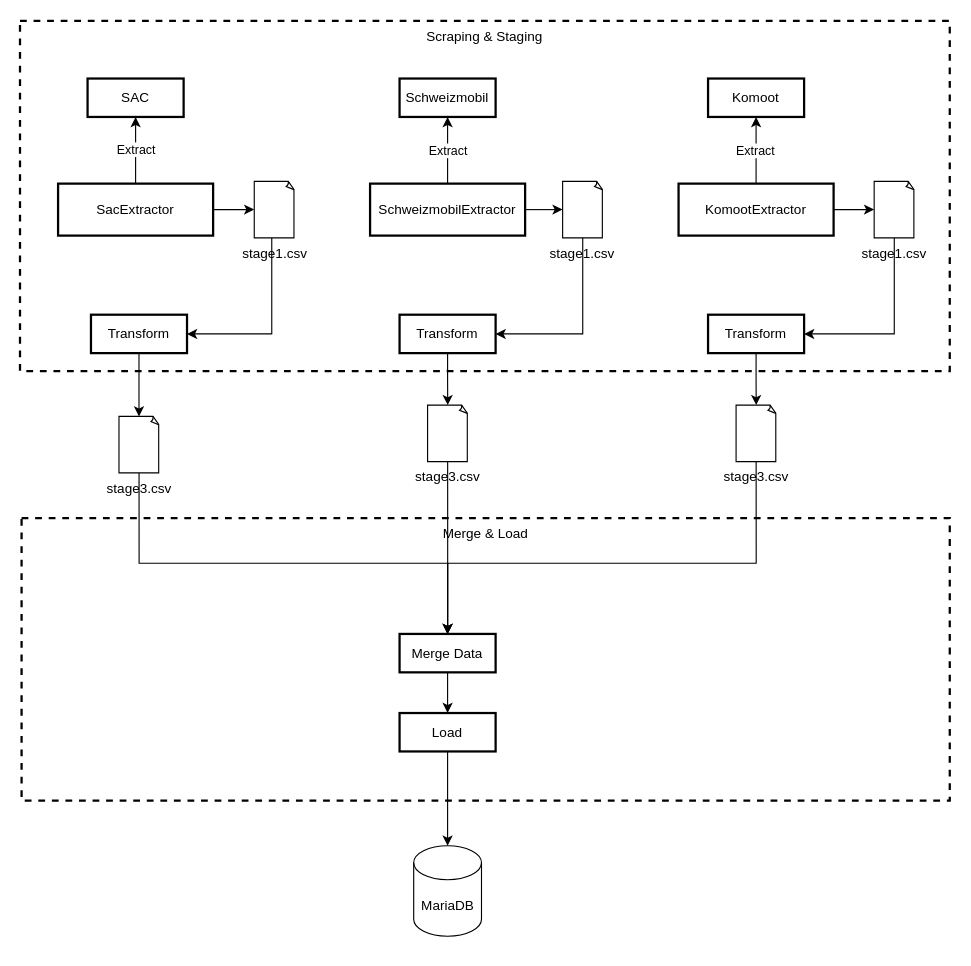
Earlier version of the draw.io diagram ContextDiagram.drawio (philippdrebes/MSCIDS_CIP02). Source tidied: cells renumbered, new cells numbered last; positions are measured from the earlier drawing's top-left corner, leaving out a move shared by most shapes. Both pictures are drawn from the tidied source at 113%, with x=0, y=0 at pixel (19, 20).
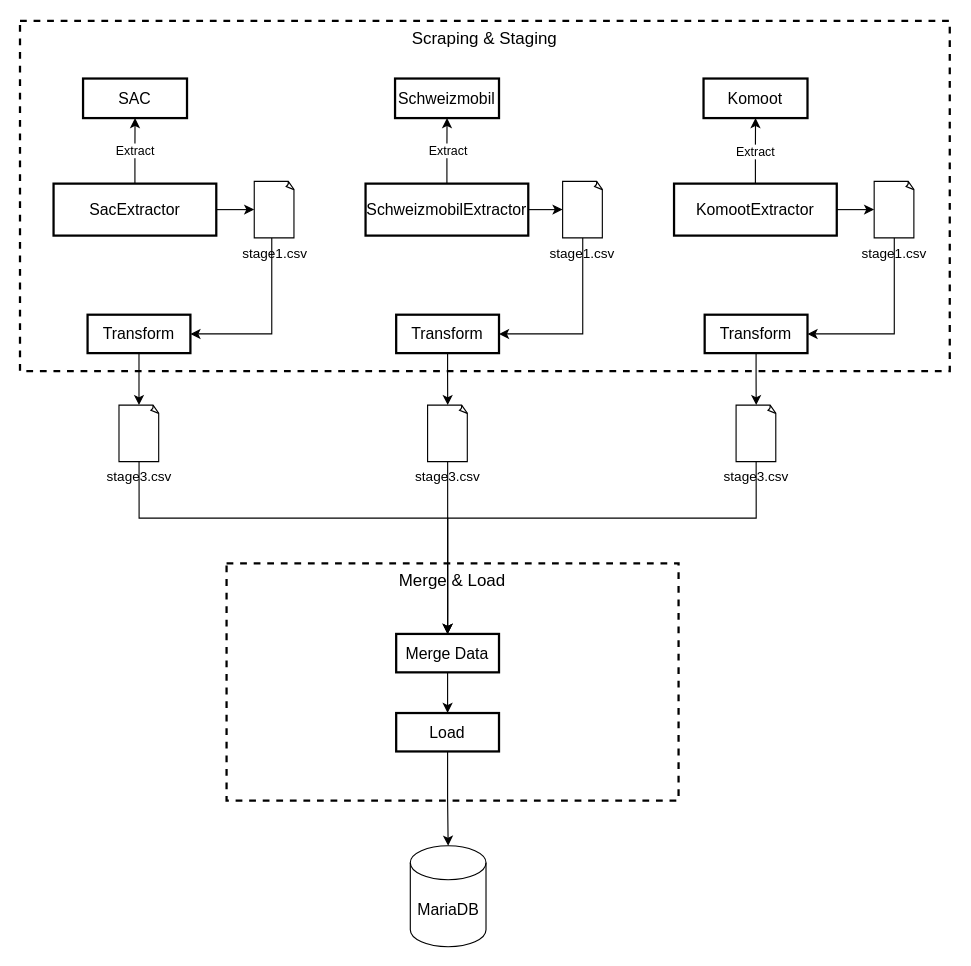
The same page after the edit.

The change refers to these unchanged cells:
```xml
<mxCell id="14" value="stage3.csv" style="whiteSpace=wrap;html=1;shape=mxgraph.basic.document;labelPosition=center;verticalLabelPosition=bottom;align=center;verticalAlign=top;fontColor=default;" parent="1" vertex="1">
  <mxGeometry x="633.9" y="340" width="35.5" height="50" as="geometry" />
</mxCell>
```

What changed in the source:
```diff
@@
-    <mxCell id="2" value="Merge &amp; Load" style="whiteSpace=wrap;strokeWidth=2;verticalAlign=top;dashed=1;" parent="1" vertex="1">
-      <mxGeometry x="1.6" y="440" width="821.4" height="250" as="geometry" />
+    <mxCell id="2" value="Merge &amp; Load" style="whiteSpace=wrap;strokeWidth=2;verticalAlign=top;dashed=1;fontSize=15;labelBackgroundColor=default;" parent="1" vertex="1">
+      <mxGeometry x="183" y="480" width="400" height="210" as="geometry" />
     </mxCell>
-    <mxCell id="3" value="Scraping &amp; Staging" style="whiteSpace=wrap;strokeWidth=2;verticalAlign=top;dashed=1;" parent="1" vertex="1">
+    <mxCell id="3" value="Scraping &amp; Staging" style="whiteSpace=wrap;strokeWidth=2;verticalAlign=top;dashed=1;fontSize=15;labelBackgroundColor=default;" parent="1" vertex="1">
       <mxGeometry x="0.2" width="822.8" height="310" as="geometry" />
     </mxCell>
@@
-    <mxCell id="5" value="Transform" style="whiteSpace=wrap;strokeWidth=2;" parent="1" vertex="1">
-      <mxGeometry x="63" y="260" width="85" height="34" as="geometry" />
+    <mxCell id="5" value="Transform" style="whiteSpace=wrap;strokeWidth=2;fontSize=14;" parent="1" vertex="1">
+      <mxGeometry x="60" y="260" width="91" height="34" as="geometry" />
     </mxCell>
-    <mxCell id="6" value="MariaDB" style="shape=cylinder3;whiteSpace=wrap;html=1;boundedLbl=1;backgroundOutline=1;size=15;" parent="1" vertex="1">
-      <mxGeometry x="348.6" y="730" width="60" height="80" as="geometry" />
+    <mxCell id="6" value="MariaDB" style="shape=cylinder3;whiteSpace=wrap;html=1;boundedLbl=1;backgroundOutline=1;size=15;fontSize=14;" parent="1" vertex="1">
+      <mxGeometry x="345.6" y="730" width="67" height="89.3" as="geometry" />
     </mxCell>
@@
     <mxCell id="8" style="edgeStyle=orthogonalEdgeStyle;rounded=0;jettySize=auto;html=1;exitX=0.5;exitY=1;exitDx=0;exitDy=0;entryX=0.5;entryY=0;entryDx=0;entryDy=0;startArrow=none;startFill=0;exitPerimeter=0;" parent="1" edge="1" source="12" target="11">
       <mxGeometry relative="1" as="geometry">
         <Array as="points">
-          <mxPoint x="106" y="480" />
-          <mxPoint x="379" y="480" />
+          <mxPoint x="106" y="440" />
+          <mxPoint x="379" y="440" />
         </Array>
       </mxGeometry>
     </mxCell>
@@
     <mxCell id="10" style="edgeStyle=orthogonalEdgeStyle;rounded=0;jettySize=auto;html=1;exitX=0.5;exitY=1;exitDx=0;exitDy=0;entryX=0.5;entryY=0;entryDx=0;entryDy=0;startArrow=none;startFill=0;exitPerimeter=0;" parent="1" edge="1" source="14" target="11">
       <mxGeometry relative="1" as="geometry">
         <Array as="points">
-          <mxPoint x="652" y="480" />
-          <mxPoint x="379" y="480" />
+          <mxPoint x="652" y="440" />
+          <mxPoint x="379" y="440" />
         </Array>
       </mxGeometry>
     </mxCell>
-    <mxCell id="11" value="Merge Data" style="whiteSpace=wrap;strokeWidth=2;" parent="1" vertex="1">
-      <mxGeometry x="336.1" y="542.5" width="85" height="34" as="geometry" />
+    <mxCell id="11" value="Merge Data" style="whiteSpace=wrap;strokeWidth=2;fontSize=14;" parent="1" vertex="1">
+      <mxGeometry x="333.1" y="542.5" width="91" height="34" as="geometry" />
     </mxCell>
     <mxCell id="12" value="stage3.csv" style="whiteSpace=wrap;html=1;shape=mxgraph.basic.document;labelPosition=center;verticalLabelPosition=bottom;align=center;verticalAlign=top;fontColor=default;" parent="1" vertex="1">
-      <mxGeometry x="87.8" y="350" width="35.5" height="50" as="geometry" />
+      <mxGeometry x="87.8" y="340" width="35.5" height="50" as="geometry" />
     </mxCell>
@@
-    <mxCell id="15" value="Komoot" style="whiteSpace=wrap;strokeWidth=2;" parent="1" vertex="1">
-      <mxGeometry x="609.1" y="51" width="85" height="34" as="geometry" />
+    <mxCell id="15" value="Komoot" style="whiteSpace=wrap;strokeWidth=2;fontSize=14;" parent="1" vertex="1">
+      <mxGeometry x="605.1" y="51" width="92" height="35" as="geometry" />
     </mxCell>
@@
-    <mxCell id="18" value="KomootExtractor" style="whiteSpace=wrap;strokeWidth=2;" parent="1" vertex="1">
-      <mxGeometry x="583" y="144" width="137.2" height="46" as="geometry" />
+    <mxCell id="18" value="KomootExtractor" style="whiteSpace=wrap;strokeWidth=2;fontSize=14;" parent="1" vertex="1">
+      <mxGeometry x="579" y="144" width="144" height="46" as="geometry" />
     </mxCell>
@@
-    <mxCell id="22" value="Schweizmobil" style="whiteSpace=wrap;strokeWidth=2;" parent="1" vertex="1">
-      <mxGeometry x="336.1" y="51" width="85" height="34" as="geometry" />
+    <mxCell id="22" value="Schweizmobil" style="whiteSpace=wrap;strokeWidth=2;fontSize=14;" parent="1" vertex="1">
+      <mxGeometry x="332.1" y="51" width="92" height="35" as="geometry" />
     </mxCell>
@@
-    <mxCell id="25" value="SchweizmobilExtractor" style="whiteSpace=wrap;strokeWidth=2;" parent="1" vertex="1">
-      <mxGeometry x="310" y="144" width="137.2" height="46" as="geometry" />
+    <mxCell id="25" value="SchweizmobilExtractor" style="whiteSpace=wrap;strokeWidth=2;fontSize=14;" parent="1" vertex="1">
+      <mxGeometry x="306" y="144" width="144" height="46" as="geometry" />
     </mxCell>
@@
-    <mxCell id="29" value="SAC" style="whiteSpace=wrap;strokeWidth=2;" parent="1" vertex="1">
-      <mxGeometry x="60" y="51" width="85" height="34" as="geometry" />
+    <mxCell id="29" value="SAC" style="whiteSpace=wrap;strokeWidth=2;fontSize=14;" parent="1" vertex="1">
+      <mxGeometry x="56" y="51" width="92" height="35" as="geometry" />
     </mxCell>
@@
-    <mxCell id="32" value="SacExtractor" style="whiteSpace=wrap;strokeWidth=2;" parent="1" vertex="1">
-      <mxGeometry x="33.9" y="144" width="137.2" height="46" as="geometry" />
+    <mxCell id="32" value="SacExtractor" style="whiteSpace=wrap;strokeWidth=2;fontSize=14;" parent="1" vertex="1">
+      <mxGeometry x="29.9" y="144" width="144" height="46" as="geometry" />
     </mxCell>
@@
-    <mxCell id="36" value="Transform" style="whiteSpace=wrap;strokeWidth=2;" parent="1" vertex="1">
-      <mxGeometry x="336.1" y="260" width="85" height="34" as="geometry" />
+    <mxCell id="36" value="Transform" style="whiteSpace=wrap;strokeWidth=2;fontSize=14;" parent="1" vertex="1">
+      <mxGeometry x="333.1" y="260" width="91" height="34" as="geometry" />
     </mxCell>
@@
-    <mxCell id="38" value="Transform" style="whiteSpace=wrap;strokeWidth=2;" parent="1" vertex="1">
-      <mxGeometry x="609.1" y="260" width="85" height="34" as="geometry" />
+    <mxCell id="38" value="Transform" style="whiteSpace=wrap;strokeWidth=2;fontSize=14;" parent="1" vertex="1">
+      <mxGeometry x="606.1" y="260" width="91" height="34" as="geometry" />
     </mxCell>
@@
-    <mxCell id="40" value="Load" style="whiteSpace=wrap;strokeWidth=2;" parent="1" vertex="1">
-      <mxGeometry x="336.1" y="612.5" width="85" height="34" as="geometry" />
+    <mxCell id="40" value="Load" style="whiteSpace=wrap;strokeWidth=2;fontSize=14;" parent="1" vertex="1">
+      <mxGeometry x="333.1" y="612.5" width="91" height="34" as="geometry" />
     </mxCell>
```
